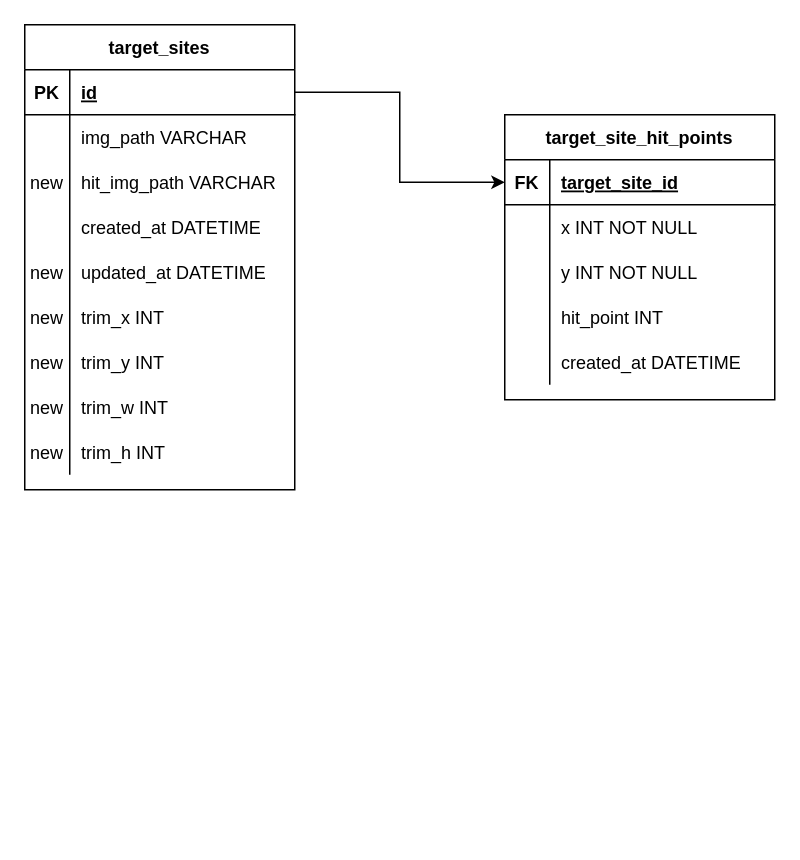
GTech9971/ApocalypseNow keeps this draw.io diagram as page "ap2n-db struct" (2 of 2) of ap2n-flow.drawio. Above is the earlier version. Source tidied: cells renumbered, new cells numbered last; positions are measured from the earlier drawing's top-left corner, leaving out a move shared by most shapes. Both pictures are drawn from the tidied source at 150%, with x=0, y=0 at pixel (24, 24).
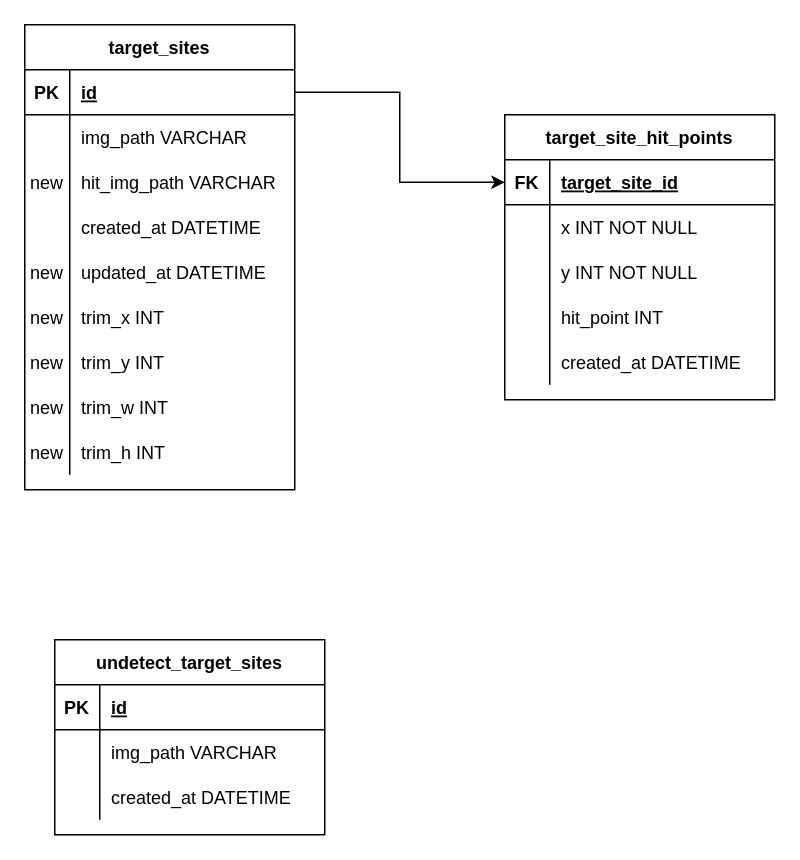
Above is the later version.

What changed in the source:
```diff
@@
+    <mxCell id="47" value="undetect_target_sites" style="shape=table;startSize=30;childLayout=tableLayout;rowLines=0;fontStyle=1;align=center;" parent="1" vertex="1">
+      <mxGeometry x="20" y="410" width="180" height="130" as="geometry" />
+    </mxCell>
+    <mxCell id="48" style="shape=tableRow;horizontal=0;startSize=0;swimlaneHead=0;swimlaneBody=0;fillColor=none;top=0;left=0;right=0;bottom=1;" parent="47" vertex="1">
+      <mxGeometry y="30" width="180" height="30" as="geometry" />
+    </mxCell>
+    <mxCell id="49" value="PK" style="shape=partialRectangle;fillColor=none;top=0;left=0;bottom=0;right=0;fontStyle=1;overflow=hidden;" parent="48" vertex="1">
+      <mxGeometry width="30" height="30" as="geometry" />
+    </mxCell>
+    <mxCell id="50" value="id" style="shape=partialRectangle;fillColor=none;top=0;left=0;bottom=0;right=0;align=left;spacingLeft=6;fontStyle=5;overflow=hidden;" parent="48" vertex="1">
+      <mxGeometry x="30" width="150" height="30" as="geometry" />
+    </mxCell>
+    <mxCell id="51" style="shape=tableRow;horizontal=0;startSize=0;swimlaneHead=0;swimlaneBody=0;fillColor=none;top=0;left=0;right=0;bottom=0;" parent="47" vertex="1">
+      <mxGeometry y="60" width="180" height="30" as="geometry" />
+    </mxCell>
+    <mxCell id="52" style="shape=partialRectangle;fillColor=none;top=0;left=0;bottom=0;right=0;overflow=hidden;" parent="51" vertex="1">
+      <mxGeometry width="30" height="30" as="geometry" />
+    </mxCell>
+    <mxCell id="53" value="img_path VARCHAR" style="shape=partialRectangle;fillColor=none;top=0;left=0;bottom=0;right=0;align=left;spacingLeft=6;overflow=hidden;" parent="51" vertex="1">
+      <mxGeometry x="30" width="150" height="30" as="geometry" />
+    </mxCell>
+    <mxCell id="54" style="shape=tableRow;horizontal=0;startSize=0;swimlaneHead=0;swimlaneBody=0;fillColor=none;top=0;left=0;right=0;bottom=0;" parent="47" vertex="1">
+      <mxGeometry y="90" width="180" height="30" as="geometry" />
+    </mxCell>
+    <mxCell id="55" style="shape=partialRectangle;fillColor=none;top=0;left=0;bottom=0;right=0;overflow=hidden;" parent="54" vertex="1">
+      <mxGeometry width="30" height="30" as="geometry" />
+    </mxCell>
+    <mxCell id="56" value="created_at DATETIME" style="shape=partialRectangle;fillColor=none;top=0;left=0;bottom=0;right=0;align=left;spacingLeft=6;overflow=hidden;" parent="54" vertex="1">
+      <mxGeometry x="30" width="150" height="30" as="geometry" />
+    </mxCell>
```
